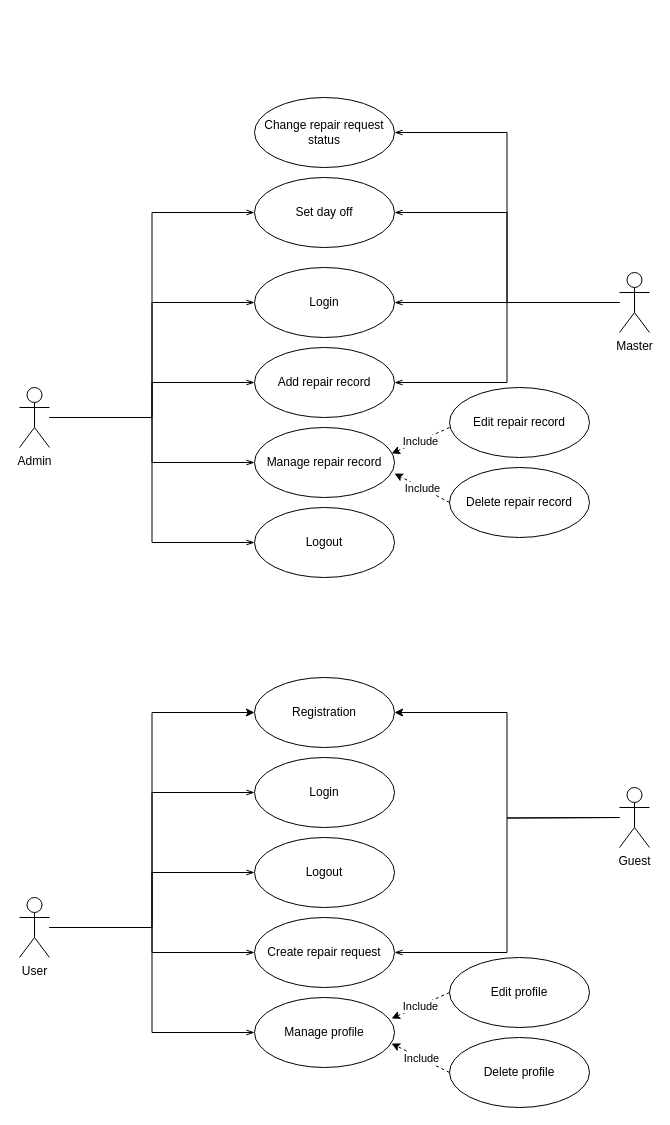
The draw.io diagram Use case diagram.drawio in MishaAvizhen/ServiceStation, before the edit. Source tidied: cells renumbered, new cells numbered last; positions are measured from the earlier drawing's top-left corner, leaving out a move shared by most shapes. Both pictures are drawn from the tidied source at 100%, with x=0, y=0 at pixel (19, 97).
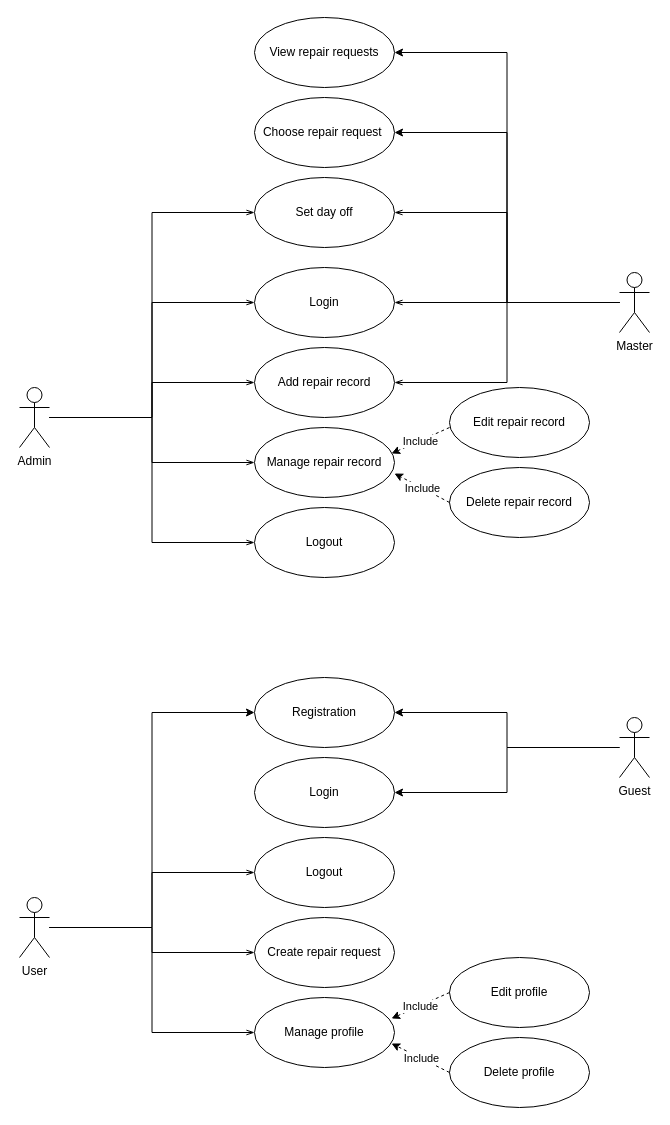
Above is the later version.

Unchanged cells that the change refers to:
```xml
<mxCell id="13" value="User" style="shape=umlActor;verticalLabelPosition=bottom;verticalAlign=top;html=1;outlineConnect=0;" parent="1" vertex="1">
  <mxGeometry y="800" width="30" height="60" as="geometry" />
</mxCell>
<mxCell id="18" value="Master" style="shape=umlActor;verticalLabelPosition=bottom;verticalAlign=top;html=1;outlineConnect=0;" parent="1" vertex="1">
  <mxGeometry x="600" y="175" width="30" height="60" as="geometry" />
</mxCell>
<mxCell id="27" value="Login" style="ellipse;whiteSpace=wrap;html=1;" parent="1" vertex="1">
  <mxGeometry x="235" y="660" width="140" height="70" as="geometry" />
</mxCell>
<mxCell id="32" value="Create repair request" style="ellipse;whiteSpace=wrap;html=1;" parent="1" vertex="1">
  <mxGeometry x="235" y="820" width="140" height="70" as="geometry" />
</mxCell>
<mxCell id="35" value="Registration" style="ellipse;whiteSpace=wrap;html=1;" parent="1" vertex="1">
  <mxGeometry x="235" y="580" width="140" height="70" as="geometry" />
</mxCell>
```

What changed in the source:
```diff
@@
-    <mxCell id="8" style="edgeStyle=orthogonalEdgeStyle;rounded=0;jettySize=auto;html=1;entryX=0;entryY=0.5;entryDx=0;entryDy=0;startArrow=none;startFill=0;endArrow=openThin;endFill=0;" parent="1" edge="1" source="13" target="27">
-      <mxGeometry relative="1" as="geometry" />
-    </mxCell>
@@
-    <mxCell id="17" style="edgeStyle=orthogonalEdgeStyle;rounded=0;jettySize=auto;html=1;entryX=1;entryY=0.5;entryDx=0;entryDy=0;startArrow=none;startFill=0;endArrow=openThin;endFill=0;" parent="1" edge="1" source="18" target="44">
-      <mxGeometry relative="1" as="geometry" />
-    </mxCell>
+    <mxCell id="45" style="edgeStyle=orthogonalEdgeStyle;rounded=0;jettySize=auto;html=1;entryX=1;entryY=0.5;entryDx=0;entryDy=0;" parent="1" edge="1" source="18" target="49">
+      <mxGeometry relative="1" as="geometry" />
+    </mxCell>
+    <mxCell id="46" style="edgeStyle=orthogonalEdgeStyle;rounded=0;jettySize=auto;html=1;entryX=1;entryY=0.5;entryDx=0;entryDy=0;" parent="1" edge="1" source="18" target="50">
+      <mxGeometry relative="1" as="geometry" />
+    </mxCell>
@@
-    <mxCell id="19" style="edgeStyle=orthogonalEdgeStyle;rounded=0;jettySize=auto;html=1;entryX=1;entryY=0.5;entryDx=0;entryDy=0;startArrow=none;startFill=0;endArrow=openThin;endFill=0;" parent="1" edge="1" target="32">
-      <mxGeometry relative="1" as="geometry">
-        <mxPoint x="600" y="720" as="sourcePoint" />
-      </mxGeometry>
-    </mxCell>
-    <mxCell id="20" style="edgeStyle=orthogonalEdgeStyle;rounded=0;jettySize=auto;html=1;entryX=1;entryY=0.5;entryDx=0;entryDy=0;" parent="1" edge="1" target="35">
-      <mxGeometry relative="1" as="geometry">
-        <mxPoint x="600" y="720" as="sourcePoint" />
-      </mxGeometry>
-    </mxCell>
+    <mxCell id="47" style="edgeStyle=orthogonalEdgeStyle;rounded=0;jettySize=auto;html=1;entryX=1;entryY=0.5;entryDx=0;entryDy=0;" parent="1" edge="1" source="21" target="27">
+      <mxGeometry relative="1" as="geometry" />
+    </mxCell>
+    <mxCell id="48" style="edgeStyle=orthogonalEdgeStyle;rounded=0;jettySize=auto;html=1;entryX=1;entryY=0.5;entryDx=0;entryDy=0;" parent="1" edge="1" source="21" target="35">
+      <mxGeometry relative="1" as="geometry" />
+    </mxCell>
     <mxCell id="21" value="Guest" style="shape=umlActor;verticalLabelPosition=bottom;verticalAlign=top;html=1;outlineConnect=0;" parent="1" vertex="1">
-      <mxGeometry x="600" y="690" width="30" height="60" as="geometry" />
+      <mxGeometry x="600" y="620" width="30" height="60" as="geometry" />
     </mxCell>
@@
-    <mxCell id="44" value="Change repair request status" style="ellipse;whiteSpace=wrap;html=1;" parent="1" vertex="1">
-      <mxGeometry x="235" width="140" height="70" as="geometry" />
-    </mxCell>
+    <mxCell id="49" value="Choose repair request&amp;nbsp;" style="ellipse;whiteSpace=wrap;html=1;" parent="1" vertex="1">
+      <mxGeometry x="235" width="140" height="70" as="geometry" />
+    </mxCell>
+    <mxCell id="50" value="View repair requests" style="ellipse;whiteSpace=wrap;html=1;" parent="1" vertex="1">
+      <mxGeometry x="235" y="-80" width="140" height="70" as="geometry" />
+    </mxCell>
```
